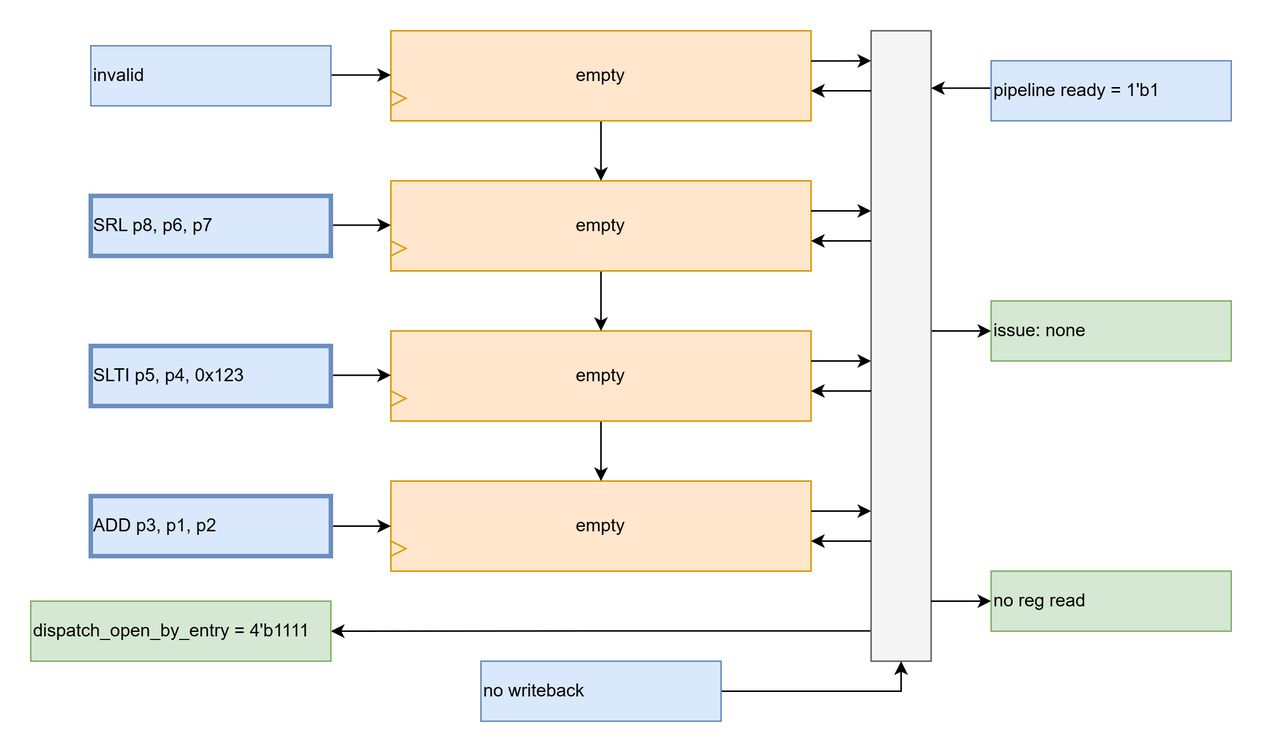
This is spec/design/alu_iq_cycle_1.png from zlagpacan/LOROF, a draw.io export, as it was before one commit. Source tidied: cells renumbered, new cells last; positions are measured from the earlier drawing's top-left corner, leaving out a move shared by most shapes.
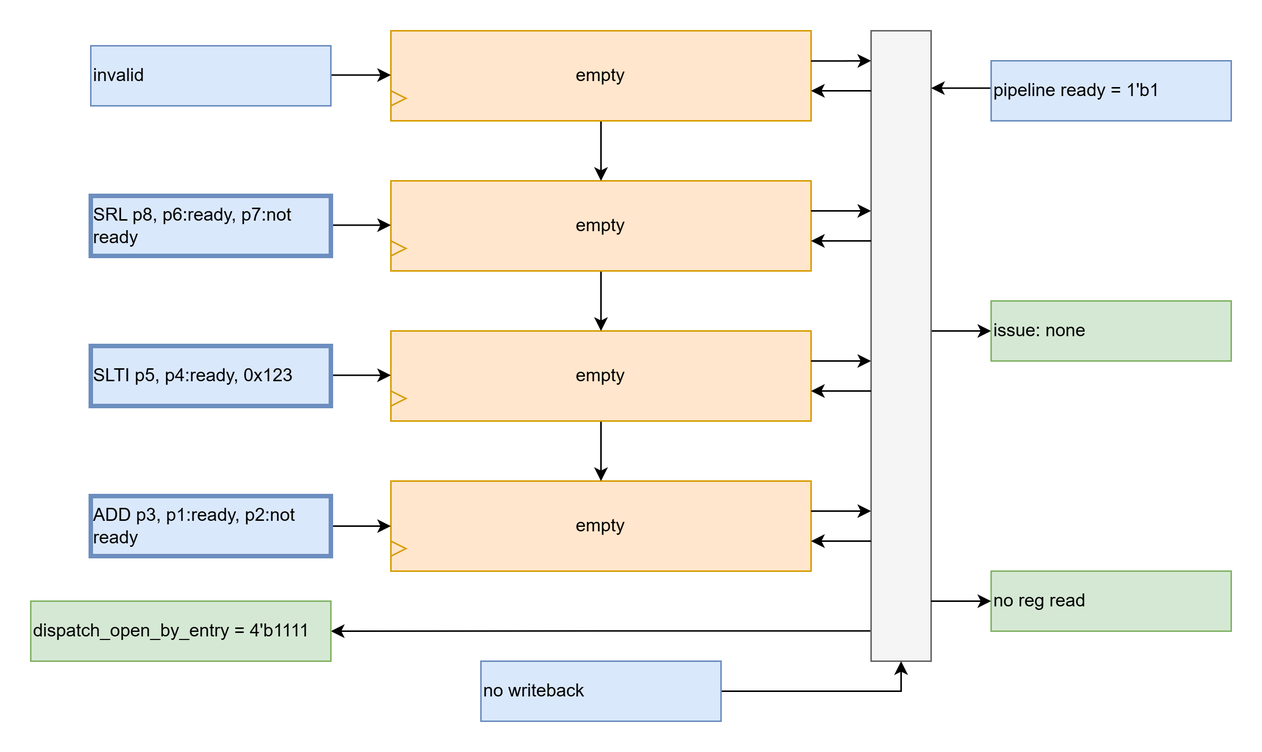
The same file after the commit.

Change to the diagram source:
```diff
@@ -187,13 +187,13 @@
         <mxPoint x="600" y="380" as="sourcePoint" />
       </mxGeometry>
     </mxCell>
-    <mxCell id="37" value="SRL p8, p6, p7" style="text;html=1;align=left;verticalAlign=middle;whiteSpace=wrap;rounded=0;fillColor=#dae8fc;strokeColor=#6c8ebf;strokeWidth=3;" parent="1" vertex="1">
+    <mxCell id="37" value="SRL p8, p6:ready, p7:not ready" style="text;html=1;align=left;verticalAlign=middle;whiteSpace=wrap;rounded=0;fillColor=#dae8fc;strokeColor=#6c8ebf;strokeWidth=3;" parent="1" vertex="1">
       <mxGeometry x="40" y="110" width="160" height="40" as="geometry" />
     </mxCell>
-    <mxCell id="38" value="SLTI p5, p4, 0x123" style="text;html=1;align=left;verticalAlign=middle;whiteSpace=wrap;rounded=0;fillColor=#dae8fc;strokeColor=#6c8ebf;strokeWidth=3;" parent="1" vertex="1">
+    <mxCell id="38" value="SLTI p5, p4:ready, 0x123" style="text;html=1;align=left;verticalAlign=middle;whiteSpace=wrap;rounded=0;fillColor=#dae8fc;strokeColor=#6c8ebf;strokeWidth=3;" parent="1" vertex="1">
       <mxGeometry x="40" y="210" width="160" height="40" as="geometry" />
     </mxCell>
-    <mxCell id="39" value="ADD p3, p1, p2" style="text;html=1;align=left;verticalAlign=middle;whiteSpace=wrap;rounded=0;fillColor=#dae8fc;strokeColor=#6c8ebf;strokeWidth=3;" parent="1" vertex="1">
+    <mxCell id="39" value="ADD p3, p1:ready, p2:not ready" style="text;html=1;align=left;verticalAlign=middle;whiteSpace=wrap;rounded=0;fillColor=#dae8fc;strokeColor=#6c8ebf;strokeWidth=3;" parent="1" vertex="1">
       <mxGeometry x="40" y="310" width="160" height="40" as="geometry" />
     </mxCell>
   </root>
```
